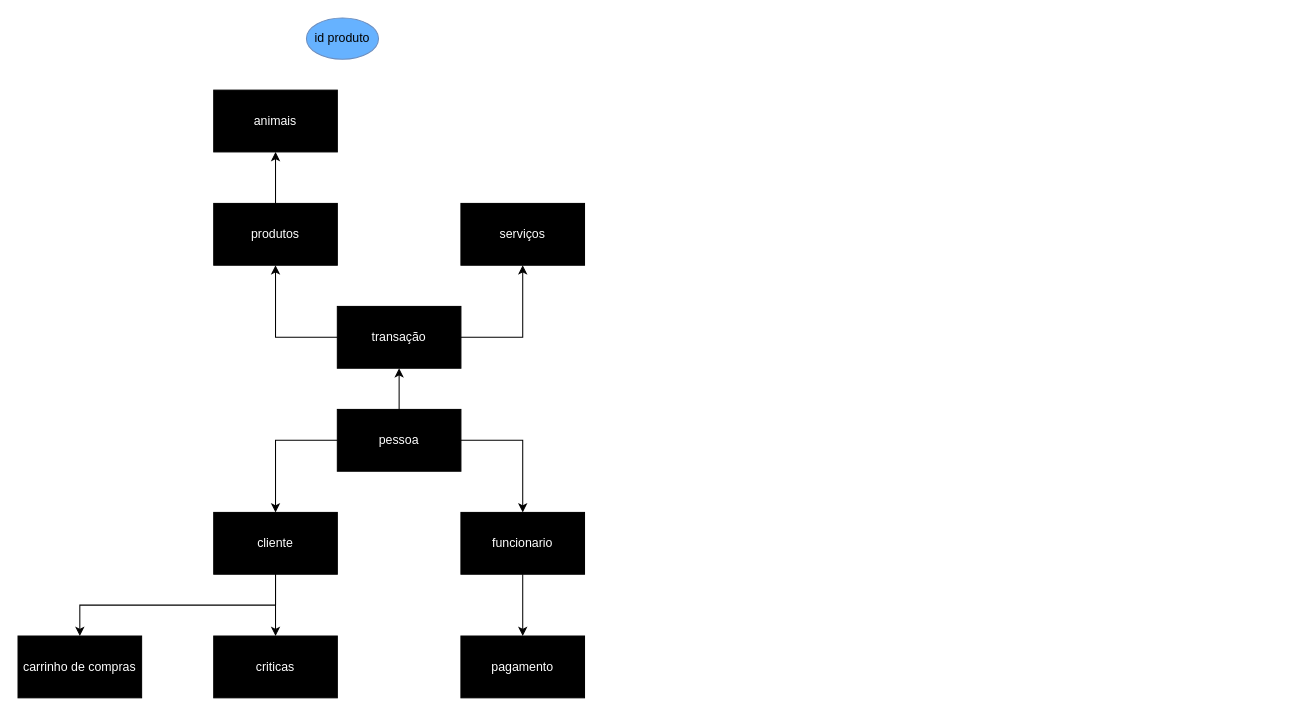
Earlier version of the draw.io diagram projeto banco de dados.drawio (morteerror404/faculdade_ciber_pucpr_morteerror404). Source tidied: cells renumbered, new cells numbered last; positions are measured from the earlier drawing's top-left corner, leaving out a move shared by most shapes. Both pictures are drawn from the tidied source at 103%, with x=0, y=0 at pixel (18, 18).
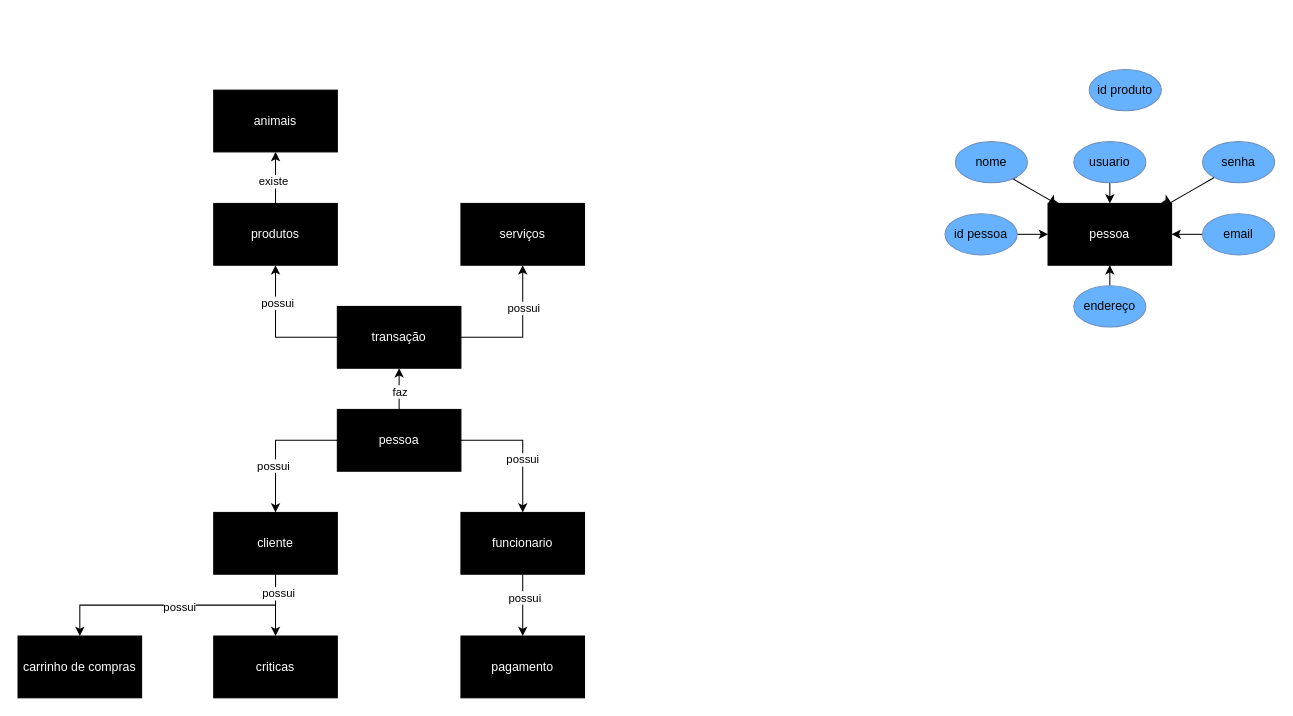
The same page after the edit.

Unchanged cells that the change refers to:
```xml
<mxCell id="2" style="edgeStyle=orthogonalEdgeStyle;rounded=0;jettySize=auto;html=1;exitX=1;exitY=0.5;exitDx=0;exitDy=0;" parent="1" edge="1" source="5" target="11">
  <mxGeometry relative="1" as="geometry" />
</mxCell>
<mxCell id="3" style="edgeStyle=orthogonalEdgeStyle;rounded=0;jettySize=auto;html=1;exitX=0;exitY=0.5;exitDx=0;exitDy=0;entryX=0.5;entryY=0;entryDx=0;entryDy=0;" parent="1" edge="1" source="5" target="9">
  <mxGeometry relative="1" as="geometry" />
</mxCell>
<mxCell id="4" style="edgeStyle=orthogonalEdgeStyle;rounded=0;jettySize=auto;html=1;exitX=0.5;exitY=0;exitDx=0;exitDy=0;entryX=0.5;entryY=1;entryDx=0;entryDy=0;" parent="1" edge="1" source="5" target="14">
  <mxGeometry relative="1" as="geometry" />
</mxCell>
<mxCell id="8" style="edgeStyle=orthogonalEdgeStyle;rounded=0;jettySize=auto;html=1;exitX=0.5;exitY=1;exitDx=0;exitDy=0;entryX=0.5;entryY=0;entryDx=0;entryDy=0;" parent="1" edge="1" source="9" target="21">
  <mxGeometry relative="1" as="geometry" />
</mxCell>
<mxCell id="10" style="edgeStyle=orthogonalEdgeStyle;rounded=0;jettySize=auto;html=1;exitX=0.5;exitY=1;exitDx=0;exitDy=0;entryX=0.5;entryY=0;entryDx=0;entryDy=0;" parent="1" edge="1" source="11" target="20">
  <mxGeometry relative="1" as="geometry" />
</mxCell>
<mxCell id="12" style="edgeStyle=orthogonalEdgeStyle;rounded=0;jettySize=auto;html=1;exitX=0;exitY=0.5;exitDx=0;exitDy=0;entryX=0.5;entryY=1;entryDx=0;entryDy=0;" parent="1" edge="1" source="14" target="16">
  <mxGeometry relative="1" as="geometry" />
</mxCell>
<mxCell id="13" style="edgeStyle=orthogonalEdgeStyle;rounded=0;jettySize=auto;html=1;exitX=1;exitY=0.5;exitDx=0;exitDy=0;entryX=0.5;entryY=1;entryDx=0;entryDy=0;" parent="1" edge="1" source="14" target="17">
  <mxGeometry relative="1" as="geometry" />
</mxCell>
<mxCell id="15" style="edgeStyle=orthogonalEdgeStyle;rounded=0;jettySize=auto;html=1;exitX=0.5;exitY=0;exitDx=0;exitDy=0;entryX=0.5;entryY=1;entryDx=0;entryDy=0;" parent="1" edge="1" source="16" target="18">
  <mxGeometry relative="1" as="geometry" />
</mxCell>
```

Change to the diagram source:
```diff
@@
+    <mxCell id="22" value="possui" style="edgeLabel;html=1;align=center;verticalAlign=middle;" parent="2" vertex="1">
+      <mxGeometry x="0.2" y="-1" relative="1" as="geometry" />
+    </mxCell>
@@
+    <mxCell id="23" value="possui" style="edgeLabel;html=1;align=center;verticalAlign=middle;" parent="3" vertex="1">
+      <mxGeometry x="0.29" y="-3" relative="1" as="geometry" />
+    </mxCell>
@@
+    <mxCell id="24" value="faz" style="edgeLabel;html=1;align=center;verticalAlign=middle;" parent="4" vertex="1">
+      <mxGeometry x="-0.1" relative="1" as="geometry" />
+    </mxCell>
@@
     <mxCell id="6" value="id produto" style="ellipse;whiteSpace=wrap;html=1;fillColor=#66B2FF;strokeColor=#6c8ebf;" parent="1" vertex="1">
-      <mxGeometry x="280" width="70" height="40" as="geometry" />
+      <mxGeometry x="1040" y="50" width="70" height="40" as="geometry" />
     </mxCell>
@@
+    <mxCell id="25" value="possui" style="edgeLabel;html=1;align=center;verticalAlign=middle;" parent="8" vertex="1">
+      <mxGeometry x="-0.86" y="2" relative="1" as="geometry" />
+    </mxCell>
+    <mxCell id="26" value="possui" style="edgeLabel;html=1;align=center;verticalAlign=middle;" parent="8" vertex="1">
+      <mxGeometry x="-0.01" y="1" relative="1" as="geometry" />
+    </mxCell>
@@
+    <mxCell id="27" value="possui" style="edgeLabel;html=1;align=center;verticalAlign=middle;" parent="10" vertex="1">
+      <mxGeometry x="-0.27" y="1" relative="1" as="geometry" />
+    </mxCell>
@@
+    <mxCell id="28" value="possui" style="edgeLabel;html=1;align=center;verticalAlign=middle;" parent="12" vertex="1">
+      <mxGeometry x="0.45" y="-1" relative="1" as="geometry" />
+    </mxCell>
@@
+    <mxCell id="29" value="possui" style="edgeLabel;html=1;align=center;verticalAlign=middle;" parent="13" vertex="1">
+      <mxGeometry x="0.37" relative="1" as="geometry" />
+    </mxCell>
@@
+    <mxCell id="30" value="existe" style="edgeLabel;html=1;align=center;verticalAlign=middle;" parent="15" vertex="1">
+      <mxGeometry x="-0.12" y="3" relative="1" as="geometry" />
+    </mxCell>
@@
+    <mxCell id="31" value="&lt;font color=&quot;#ffffff&quot;&gt;pessoa&lt;/font&gt;" style="rounded=0;whiteSpace=wrap;html=1;fillColor=#000000;" parent="1" vertex="1">
+      <mxGeometry x="1000" y="180" width="120" height="60" as="geometry" />
+    </mxCell>
+    <mxCell id="32" style="edgeStyle=orthogonalEdgeStyle;rounded=0;jettySize=auto;html=1;exitX=1;exitY=0.5;exitDx=0;exitDy=0;entryX=0;entryY=0.5;entryDx=0;entryDy=0;" parent="1" edge="1" source="33" target="31">
+      <mxGeometry relative="1" as="geometry" />
+    </mxCell>
+    <mxCell id="33" value="id pessoa" style="ellipse;whiteSpace=wrap;html=1;fillColor=#66B2FF;strokeColor=#6c8ebf;" parent="1" vertex="1">
+      <mxGeometry x="900" y="190" width="70" height="40" as="geometry" />
+    </mxCell>
+    <mxCell id="34" style="edgeStyle=isometricEdgeStyle;rounded=0;jettySize=auto;html=1;exitX=1;exitY=1;exitDx=0;exitDy=0;entryX=0;entryY=0;entryDx=0;entryDy=0;" parent="1" edge="1" source="35" target="31">
+      <mxGeometry relative="1" as="geometry" />
+    </mxCell>
+    <mxCell id="35" value="nome" style="ellipse;whiteSpace=wrap;html=1;fillColor=#66B2FF;strokeColor=#6c8ebf;" parent="1" vertex="1">
+      <mxGeometry x="910" y="120" width="70" height="40" as="geometry" />
+    </mxCell>
+    <mxCell id="36" style="edgeStyle=orthogonalEdgeStyle;rounded=0;jettySize=auto;html=1;exitX=0.5;exitY=1;exitDx=0;exitDy=0;entryX=0.5;entryY=0;entryDx=0;entryDy=0;" parent="1" edge="1" source="37" target="31">
+      <mxGeometry relative="1" as="geometry" />
+    </mxCell>
+    <mxCell id="37" value="usuario" style="ellipse;whiteSpace=wrap;html=1;fillColor=#66B2FF;strokeColor=#6c8ebf;" parent="1" vertex="1">
+      <mxGeometry x="1025" y="120" width="70" height="40" as="geometry" />
+    </mxCell>
+    <mxCell id="38" style="edgeStyle=isometricEdgeStyle;rounded=0;jettySize=auto;html=1;exitX=0;exitY=1;exitDx=0;exitDy=0;entryX=1;entryY=0;entryDx=0;entryDy=0;elbow=vertical;" parent="1" edge="1" source="39" target="31">
+      <mxGeometry relative="1" as="geometry" />
+    </mxCell>
+    <mxCell id="39" value="senha" style="ellipse;whiteSpace=wrap;html=1;fillColor=#66B2FF;strokeColor=#6c8ebf;" parent="1" vertex="1">
+      <mxGeometry x="1150" y="120" width="70" height="40" as="geometry" />
+    </mxCell>
+    <mxCell id="40" style="edgeStyle=orthogonalEdgeStyle;rounded=0;jettySize=auto;html=1;exitX=0;exitY=0.5;exitDx=0;exitDy=0;entryX=1;entryY=0.5;entryDx=0;entryDy=0;" parent="1" edge="1" source="41" target="31">
+      <mxGeometry relative="1" as="geometry" />
+    </mxCell>
+    <mxCell id="41" value="email" style="ellipse;whiteSpace=wrap;html=1;fillColor=#66B2FF;strokeColor=#6c8ebf;" parent="1" vertex="1">
+      <mxGeometry x="1150" y="190" width="70" height="40" as="geometry" />
+    </mxCell>
+    <mxCell id="42" style="edgeStyle=orthogonalEdgeStyle;rounded=0;jettySize=auto;html=1;entryX=0.5;entryY=1;entryDx=0;entryDy=0;" parent="1" edge="1" source="43" target="31">
+      <mxGeometry relative="1" as="geometry" />
+    </mxCell>
+    <mxCell id="43" value="endereço" style="ellipse;whiteSpace=wrap;html=1;fillColor=#66B2FF;strokeColor=#6c8ebf;" parent="1" vertex="1">
+      <mxGeometry x="1025" y="260" width="70" height="40" as="geometry" />
+    </mxCell>
```
